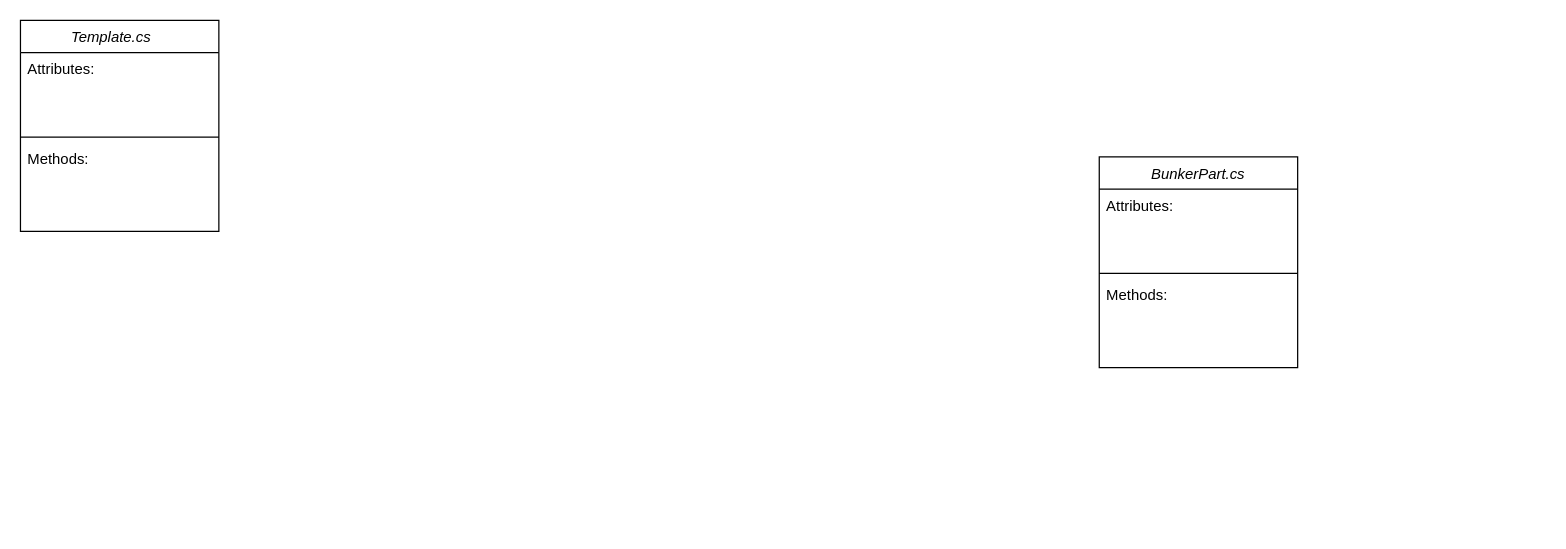
Earlier version of the draw.io diagram Diagrams/ClassDiagramFinal.drawio (Ferogreywolf7/Alien-Attack). Source tidied: cells renumbered, new cells numbered last; positions are measured from the earlier drawing's top-left corner, leaving out a move shared by most shapes. Both pictures are drawn from the tidied source at 124%, with x=0, y=0 at pixel (20, 20).
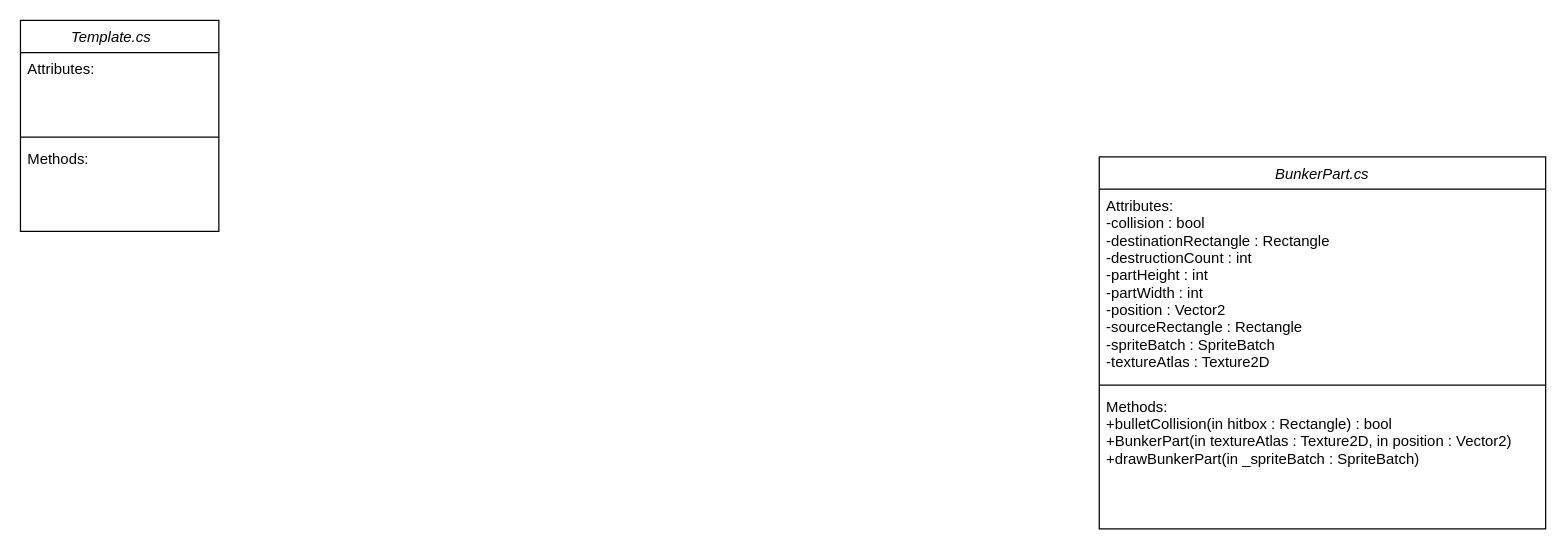
After the change.

Commit message:
Completed attributes and started methods of BunkerPart.cs

The edit, as a diff of the source:
```diff
@@
 <mxGraphModel>
   <root>
     <mxCell id="0" />
     <mxCell id="1" parent="0" />
     <mxCell id="2" value="BunkerPart.cs" style="swimlane;fontStyle=2;align=center;verticalAlign=top;horizontal=1;startSize=26;rounded=0;shadow=0;strokeWidth=1;" parent="1" vertex="1">
-      <mxGeometry x="870" y="110" width="160" height="170" as="geometry" />
+      <mxGeometry x="870" y="110" width="360" height="300" as="geometry" />
     </mxCell>
-    <mxCell id="3" value="Attributes:&#10;" style="text;align=left;verticalAlign=top;spacingLeft=4;spacingRight=4;overflow=hidden;" parent="2" vertex="1">
-      <mxGeometry y="26" width="160" height="64" as="geometry" />
+    <mxCell id="3" value="Attributes:&#10;-collision : bool&#10;-destinationRectangle : Rectangle&#10;-destructionCount : int&#10;-partHeight : int&#10;-partWidth : int&#10;-position : Vector2&#10;-sourceRectangle : Rectangle&#10;-spriteBatch : SpriteBatch&#10;-textureAtlas : Texture2D" style="text;align=left;verticalAlign=top;spacingLeft=4;spacingRight=4;overflow=hidden;" parent="2" vertex="1">
+      <mxGeometry y="26" width="360" height="154" as="geometry" />
     </mxCell>
     <mxCell id="4" style="line;html=1;strokeWidth=1;align=left;verticalAlign=middle;spacingTop=-1;spacingLeft=3;spacingRight=3;labelPosition=right;" parent="2" vertex="1">
-      <mxGeometry y="90" width="160" height="8" as="geometry" />
+      <mxGeometry y="180" width="360" height="8" as="geometry" />
     </mxCell>
-    <mxCell id="5" value="Methods:" style="text;align=left;verticalAlign=top;spacingLeft=4;spacingRight=4;overflow=hidden;" parent="2" vertex="1">
-      <mxGeometry y="98" width="160" height="58" as="geometry" />
+    <mxCell id="5" value="Methods:&#10;+bulletCollision(in hitbox : Rectangle) : bool&#10;+BunkerPart(in textureAtlas : Texture2D, in position : Vector2)&#10;+drawBunkerPart(in _spriteBatch : SpriteBatch)" style="text;align=left;verticalAlign=top;spacingLeft=4;spacingRight=4;overflow=hidden;" parent="2" vertex="1">
+      <mxGeometry y="188" width="360" height="92" as="geometry" />
     </mxCell>
     <mxCell id="6" value="Template.cs    " style="swimlane;fontStyle=2;align=center;verticalAlign=top;horizontal=1;startSize=26;rounded=0;shadow=0;strokeWidth=1;" parent="1" vertex="1">
       <mxGeometry width="160" height="170" as="geometry" />
     </mxCell>
     <mxCell id="7" value="Attributes:&#10;" style="text;align=left;verticalAlign=top;spacingLeft=4;spacingRight=4;overflow=hidden;" parent="6" vertex="1">
       <mxGeometry y="26" width="160" height="64" as="geometry" />
     </mxCell>
     <mxCell id="8" style="line;html=1;strokeWidth=1;align=left;verticalAlign=middle;spacingTop=-1;spacingLeft=3;spacingRight=3;labelPosition=right;" parent="6" vertex="1">
       <mxGeometry y="90" width="160" height="8" as="geometry" />
     </mxCell>
     <mxCell id="9" value="Methods:" style="text;align=left;verticalAlign=top;spacingLeft=4;spacingRight=4;overflow=hidden;" parent="6" vertex="1">
       <mxGeometry y="98" width="160" height="58" as="geometry" />
     </mxCell>
   </root>
 </mxGraphModel>
```
